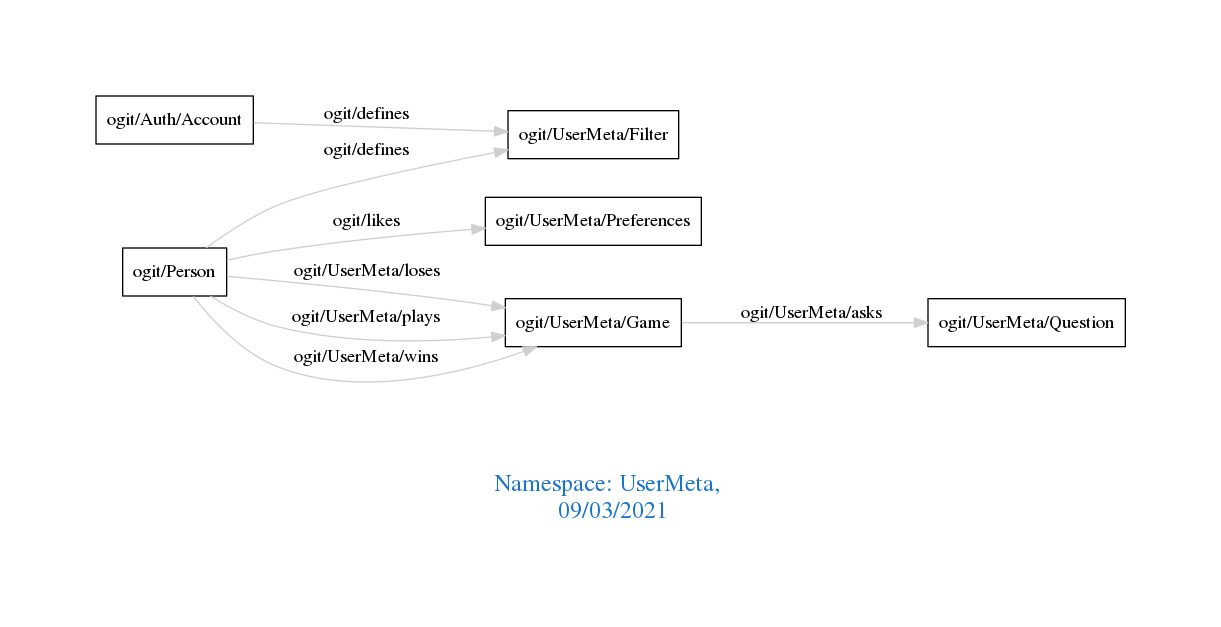
Above: downloads/UserMeta.png in arago/OGIT (Graphviz), before the change. Its source is kept beside it as downloads/UserMeta.dot.
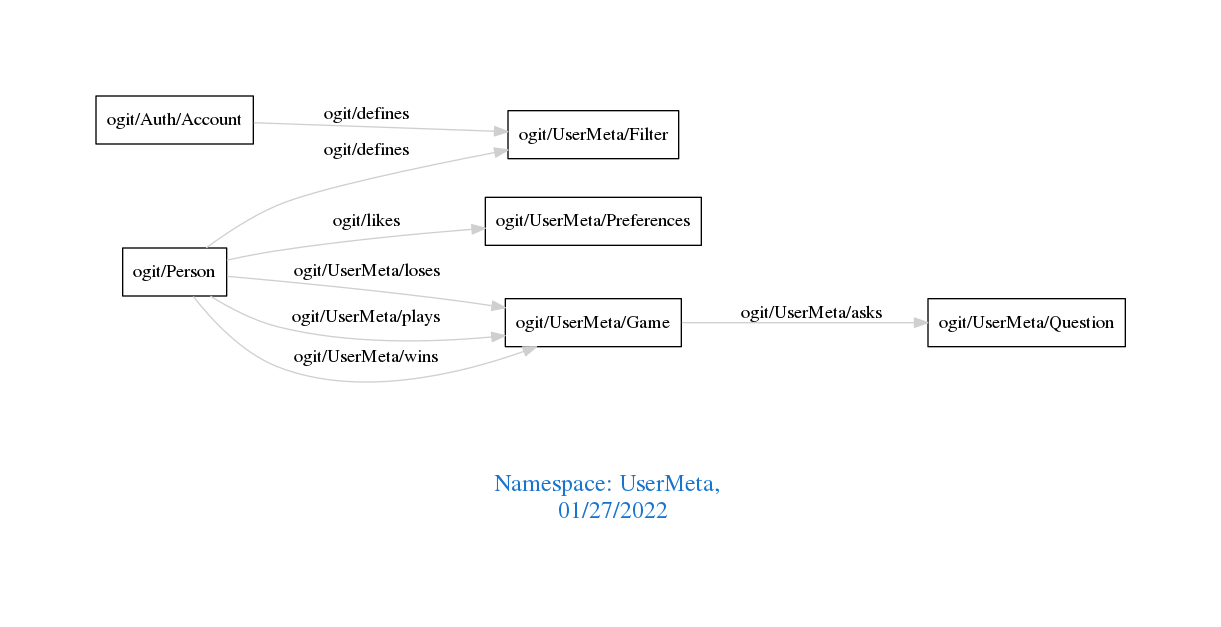
After the commit.

Diff of the diagram source:
```diff
@@ -1,7 +1,7 @@
 digraph OGIT_ontology {
  graph [ rankdir= LR,pad=1
 fontsize = 18,
-fontcolor= dodgerblue3,label = "\n\n\nNamespace: UserMeta, \n 09/03/2021"];
+fontcolor= dodgerblue3,label = "\n\n\nNamespace: UserMeta, \n 01/27/2022"];
 node[shape=polygon];
 edge [  color="gray81"];
 
```
